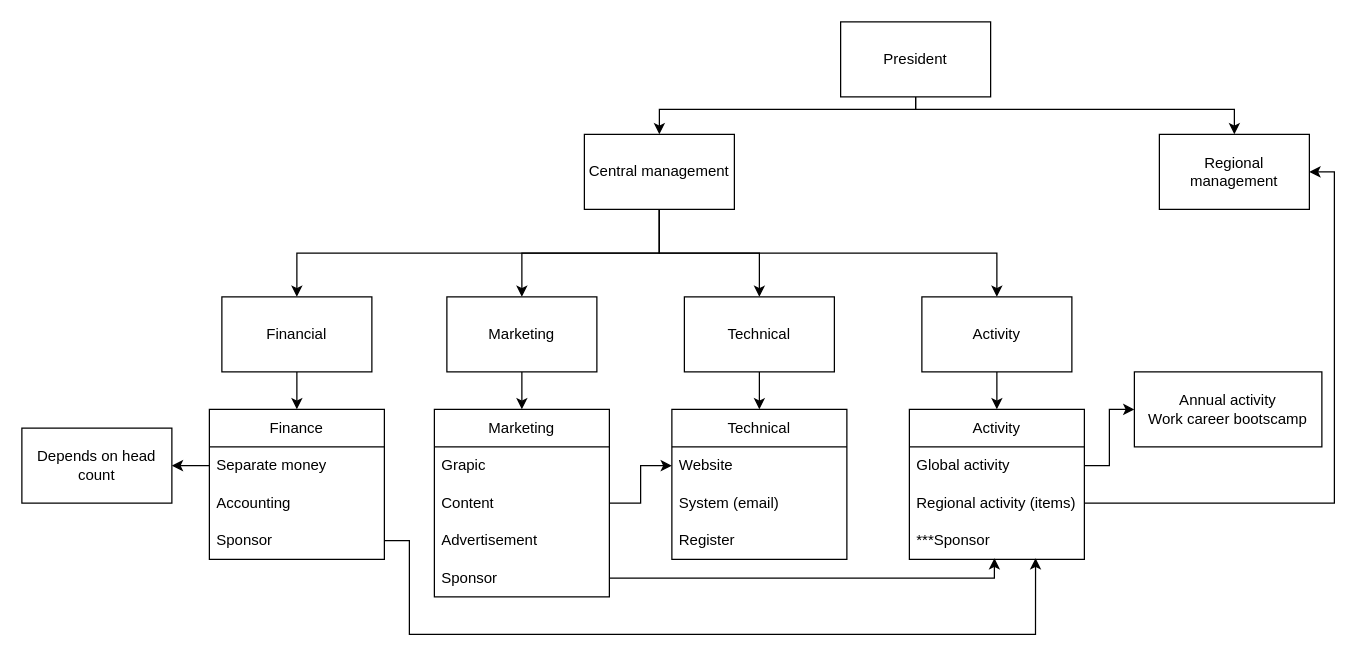
MingNarongthat/TSAJ keeps this draw.io diagram as Doc/Untitled Diagram.drawio. Above is the earlier version. Source tidied: cells renumbered, new cells numbered last; positions are measured from the earlier drawing's top-left corner, leaving out a move shared by most shapes. Both pictures are drawn from the tidied source at 125%, with x=0, y=0 at pixel (21, 21).
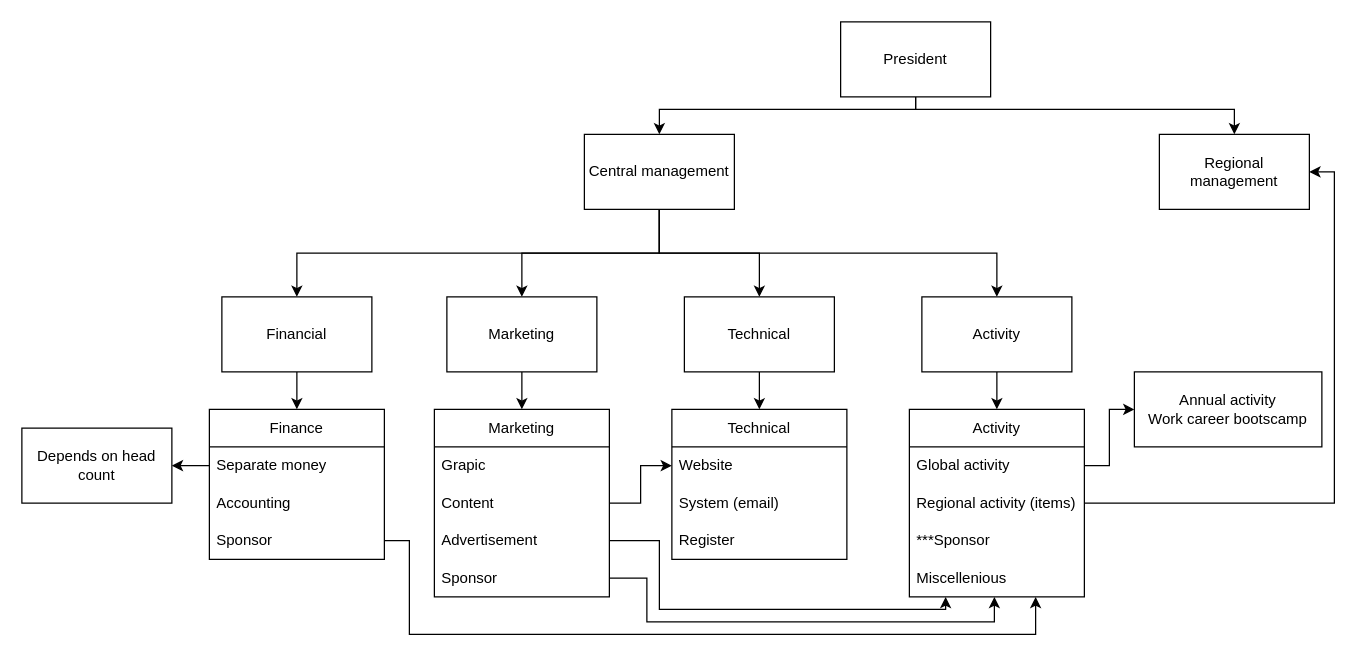
After the change.

The change refers to these unchanged cells:
```xml
<mxCell id="22" value="Sponsor" style="text;strokeColor=none;fillColor=none;align=left;verticalAlign=middle;spacingLeft=4;spacingRight=4;overflow=hidden;points=[[0,0.5],[1,0.5]];portConstraint=eastwest;whiteSpace=wrap;html=1;" parent="19" vertex="1">
  <mxGeometry y="90" width="140" height="30" as="geometry" />
</mxCell>
<mxCell id="28" value="Advertisement" style="text;strokeColor=none;fillColor=none;align=left;verticalAlign=middle;spacingLeft=4;spacingRight=4;overflow=hidden;points=[[0,0.5],[1,0.5]];portConstraint=eastwest;whiteSpace=wrap;html=1;" parent="25" vertex="1">
  <mxGeometry y="90" width="140" height="30" as="geometry" />
</mxCell>
<mxCell id="29" value="Sponsor" style="text;strokeColor=none;fillColor=none;align=left;verticalAlign=middle;spacingLeft=4;spacingRight=4;overflow=hidden;points=[[0,0.5],[1,0.5]];portConstraint=eastwest;whiteSpace=wrap;html=1;" parent="25" vertex="1">
  <mxGeometry y="120" width="140" height="30" as="geometry" />
</mxCell>
<mxCell id="37" value="***Sponsor" style="text;strokeColor=none;fillColor=none;align=left;verticalAlign=middle;spacingLeft=4;spacingRight=4;overflow=hidden;points=[[0,0.5],[1,0.5]];portConstraint=eastwest;whiteSpace=wrap;html=1;" parent="34" vertex="1">
  <mxGeometry y="90" width="140" height="30" as="geometry" />
</mxCell>
```

What changed in the source:
```diff
@@
     <mxCell id="34" value="Activity" style="swimlane;fontStyle=0;horizontal=1;startSize=30;whiteSpace=wrap;html=1;" parent="1" vertex="1">
-      <mxGeometry x="710" y="310" width="140" height="120" as="geometry" />
+      <mxGeometry x="710" y="310" width="140" height="150" as="geometry" />
     </mxCell>
@@
+    <mxCell id="44" value="Miscellenious" style="text;strokeColor=none;fillColor=none;align=left;verticalAlign=middle;spacingLeft=4;spacingRight=4;overflow=hidden;whiteSpace=wrap;html=1;" parent="34" vertex="1">
+      <mxGeometry y="120" width="140" height="30" as="geometry" />
+    </mxCell>
@@
-    <mxCell id="41" style="edgeStyle=orthogonalEdgeStyle;rounded=0;jettySize=auto;html=1;exitX=1;exitY=0.5;exitDx=0;exitDy=0;entryX=0.486;entryY=0.967;entryDx=0;entryDy=0;entryPerimeter=0;" parent="1" edge="1" source="29" target="37">
+    <mxCell id="41" style="edgeStyle=orthogonalEdgeStyle;rounded=0;jettySize=auto;html=1;exitX=1;exitY=0.5;exitDx=0;exitDy=0;" parent="1" edge="1" source="29">
       <mxGeometry relative="1" as="geometry">
+        <mxPoint x="778" y="460" as="targetPoint" />
         <Array as="points">
-          <mxPoint x="778" y="445" />
+          <mxPoint x="500" y="445" />
+          <mxPoint x="500" y="480" />
+          <mxPoint x="778" y="480" />
         </Array>
       </mxGeometry>
     </mxCell>
-    <mxCell id="42" style="edgeStyle=orthogonalEdgeStyle;rounded=0;jettySize=auto;html=1;exitX=1;exitY=0.5;exitDx=0;exitDy=0;entryX=0.721;entryY=0.967;entryDx=0;entryDy=0;entryPerimeter=0;" parent="1" edge="1" source="22" target="37">
+    <mxCell id="42" style="edgeStyle=orthogonalEdgeStyle;rounded=0;jettySize=auto;html=1;exitX=1;exitY=0.5;exitDx=0;exitDy=0;" parent="1" edge="1" source="22">
       <mxGeometry relative="1" as="geometry">
+        <mxPoint x="811" y="460" as="targetPoint" />
         <Array as="points">
           <mxPoint x="310" y="415" />
           <mxPoint x="310" y="490" />
           <mxPoint x="811" y="490" />
         </Array>
       </mxGeometry>
     </mxCell>
@@
+    <mxCell id="45" style="edgeStyle=orthogonalEdgeStyle;rounded=0;jettySize=auto;html=1;exitX=1;exitY=0.5;exitDx=0;exitDy=0;" parent="1" edge="1" source="28">
+      <mxGeometry relative="1" as="geometry">
+        <mxPoint x="739" y="460" as="targetPoint" />
+        <Array as="points">
+          <mxPoint x="510" y="415" />
+          <mxPoint x="510" y="470" />
+          <mxPoint x="739" y="470" />
+        </Array>
+      </mxGeometry>
+    </mxCell>
```
